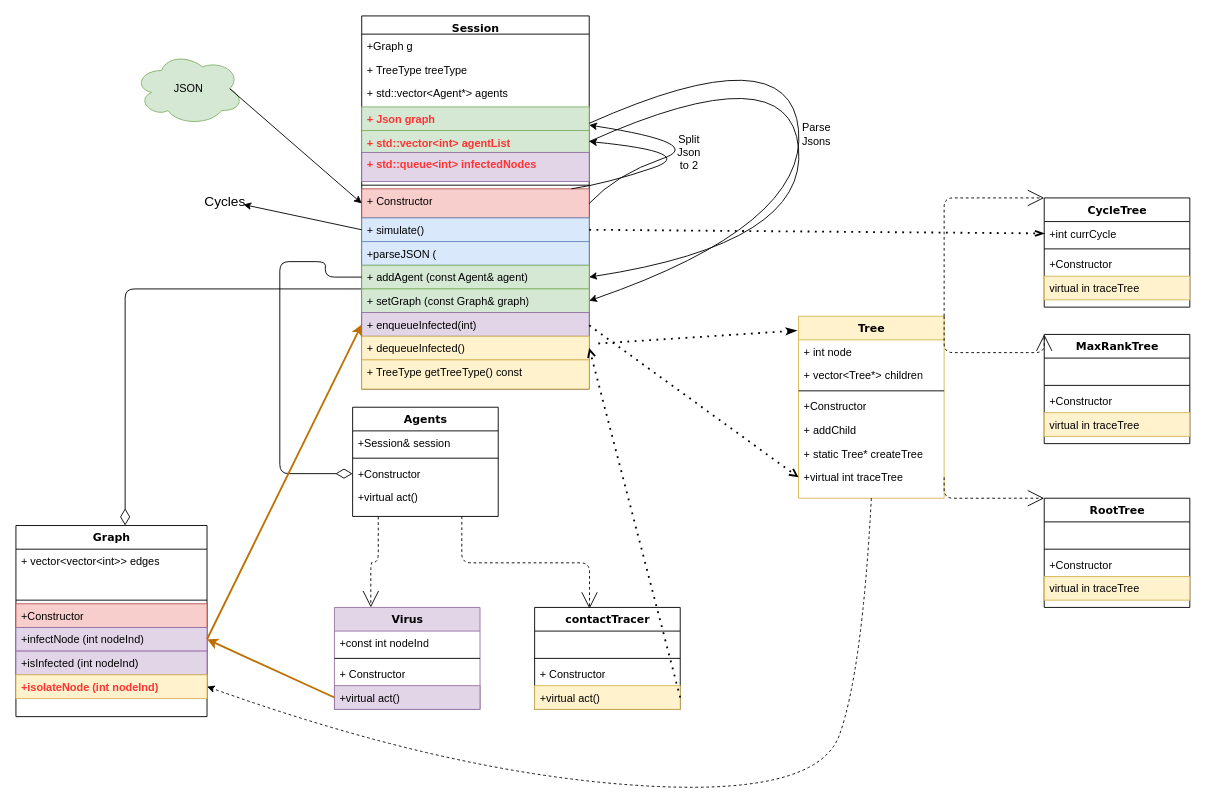
Earlier version of the draw.io diagram Untitled Diagram.drawio (Avoz194/Advanced-Programing---Ass1). Source tidied: cells renumbered, new cells numbered last; positions are measured from the earlier drawing's top-left corner, leaving out a move shared by most shapes. Both pictures are drawn from the tidied source at 91%, with x=0, y=0 at pixel (15, 15).
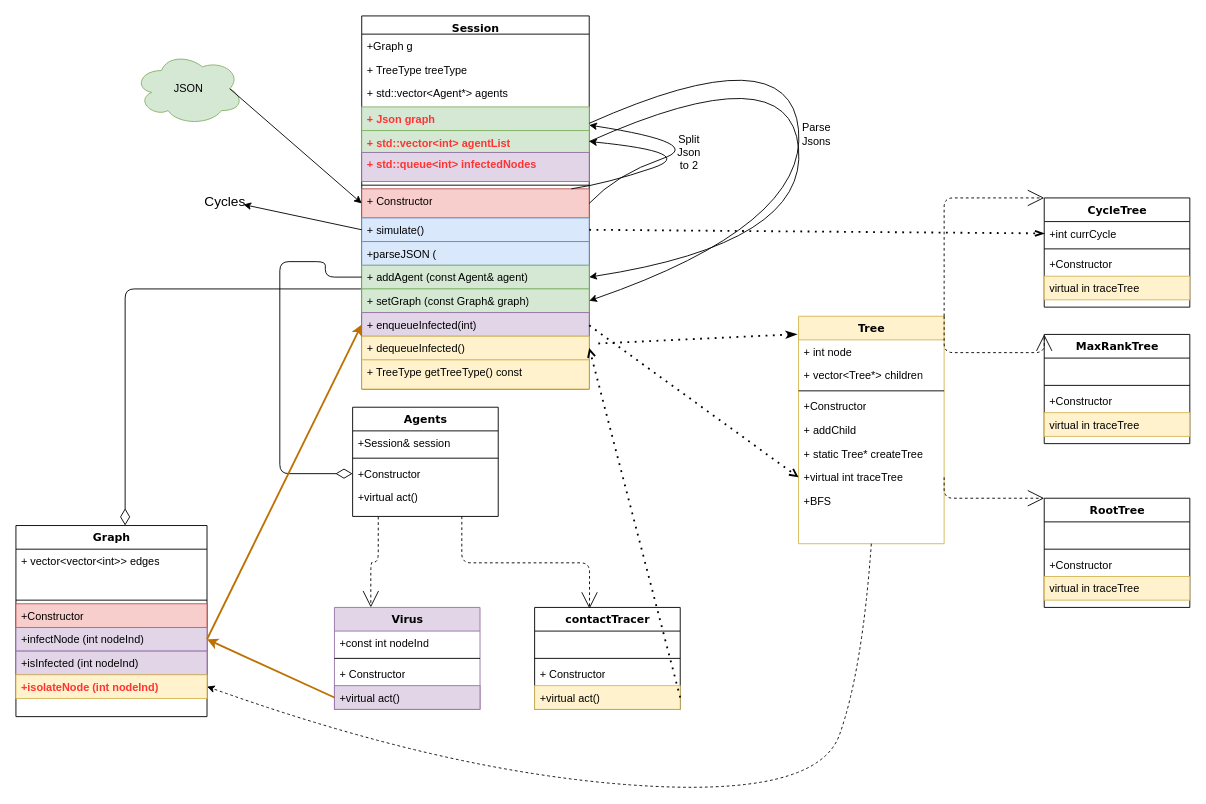
The same page after the edit.

What changed in the source:
```diff
@@
     <mxCell id="23" value="Tree" style="swimlane;html=1;fontStyle=1;align=center;verticalAlign=top;horizontal=1;startSize=26;swimlaneFillColor=#ffffff;rounded=0;shadow=0;comic=0;labelBackgroundColor=none;strokeWidth=1;fillColor=#fff2cc;fontFamily=Verdana;fontSize=12;strokeColor=#d6b656;" parent="1" vertex="1">
-      <mxGeometry x="860" y="330" width="160" height="200" as="geometry" />
+      <mxGeometry x="860" y="330" width="160" height="250" as="geometry" />
     </mxCell>
@@
+    <mxCell id="88" value="+BFS" style="text;html=1;strokeColor=none;fillColor=none;align=left;verticalAlign=top;spacingLeft=4;spacingRight=4;whiteSpace=wrap;overflow=hidden;" parent="23" vertex="1">
+      <mxGeometry y="190" width="160" height="26" as="geometry" />
+    </mxCell>
```
